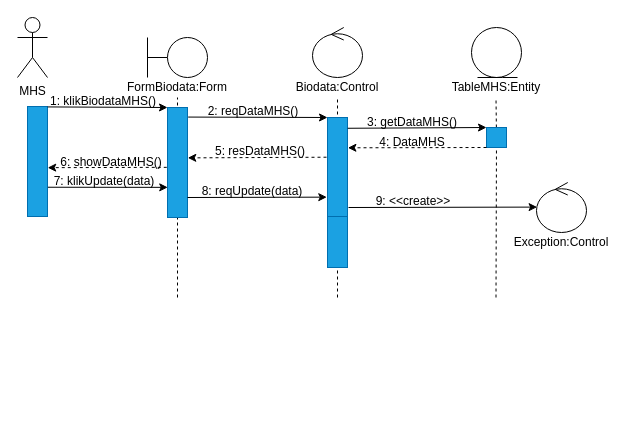
This is Biodata-Sequence diagram.drawio from yogadwipayana/ERD, a draw.io file, before an edit. Source tidied: cells renumbered, new cells numbered last; positions are measured from the earlier drawing's top-left corner, leaving out a move shared by most shapes. Both pictures are drawn from the tidied source at 100%, with x=0, y=0 at pixel (17, 17).
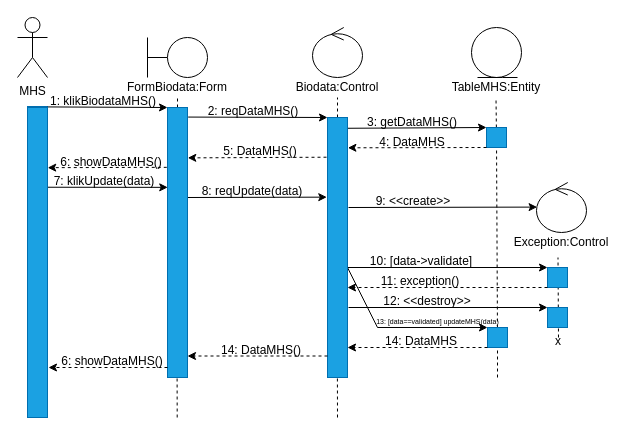
The same page after the edit.

The change refers to these unchanged cells:
```xml
<mxCell id="20" style="rounded=0;whiteSpace=wrap;html=1;direction=south;fillColor=#1ba1e2;fontColor=#ffffff;strokeColor=#006EAF;" parent="1" vertex="1">
  <mxGeometry x="469" y="110" width="20" height="20" as="geometry" />
</mxCell>
```

The edit, as a diff of the source:
```diff
@@
-    <mxCell id="7" style="endArrow=none;dashed=1;html=1;rounded=0;" parent="1" edge="1">
+    <mxCell id="7" style="endArrow=none;dashed=1;html=1;rounded=0;" parent="1" edge="1" source="60">
       <mxGeometry relative="1" as="geometry">
-        <mxPoint x="160" y="280" as="sourcePoint" />
         <mxPoint x="160" y="80" as="targetPoint" />
       </mxGeometry>
     </mxCell>
@@
-    <mxCell id="19" style="endArrow=none;dashed=1;html=1;rounded=0;" parent="1" edge="1" target="20">
-      <mxGeometry relative="1" as="geometry">
-        <mxPoint x="478.5" y="280" as="sourcePoint" />
-      </mxGeometry>
+    <mxCell id="19" style="endArrow=none;dashed=1;html=1;rounded=0;" parent="1" edge="1" source="54" target="20">
+      <mxGeometry relative="1" as="geometry" />
     </mxCell>
@@
-    <mxCell id="26" value="5: resDataMHS()" style="text;html=1;whiteSpace=wrap;strokeColor=none;fillColor=none;align=center;verticalAlign=middle;rounded=0;fontSize=12;" parent="1" vertex="1">
+    <mxCell id="26" value="5: DataMHS()" style="text;html=1;whiteSpace=wrap;strokeColor=none;fillColor=none;align=center;verticalAlign=middle;rounded=0;fontSize=12;" parent="1" vertex="1">
       <mxGeometry x="178" y="128" width="130" height="11" as="geometry" />
     </mxCell>
@@
     <mxCell id="39" style="rounded=0;whiteSpace=wrap;html=1;direction=south;fillColor=#1ba1e2;fontColor=#ffffff;strokeColor=#006EAF;" parent="1" vertex="1">
-      <mxGeometry x="310" y="199" width="20" height="51" as="geometry" />
+      <mxGeometry x="310" y="100" width="20" height="230" as="geometry" />
     </mxCell>
@@
+    <mxCell id="42" style="endArrow=none;dashed=1;html=1;rounded=0;" parent="1" edge="1">
+      <mxGeometry relative="1" as="geometry">
+        <mxPoint x="541" y="320" as="sourcePoint" />
+        <mxPoint x="540.5" y="240" as="targetPoint" />
+      </mxGeometry>
+    </mxCell>
+    <mxCell id="43" style="rounded=0;whiteSpace=wrap;html=1;direction=south;fillColor=#1ba1e2;fontColor=#ffffff;strokeColor=#006EAF;" parent="1" vertex="1">
+      <mxGeometry x="530" y="250" width="20" height="20" as="geometry" />
+    </mxCell>
+    <mxCell id="44" style="endArrow=classic;html=1;rounded=0;entryX=0;entryY=1;entryDx=0;entryDy=0;" parent="1" edge="1" target="43">
+      <mxGeometry relative="1" as="geometry">
+        <mxPoint x="330" y="250" as="sourcePoint" />
+      </mxGeometry>
+    </mxCell>
+    <mxCell id="45" value="10: [data-&amp;gt;validate]" style="text;html=1;whiteSpace=wrap;strokeColor=none;fillColor=none;align=center;verticalAlign=middle;rounded=0;fontSize=12;" parent="1" vertex="1">
+      <mxGeometry x="339" y="238" width="130" height="11" as="geometry" />
+    </mxCell>
+    <mxCell id="46" style="endArrow=classic;html=1;rounded=0;exitX=1;exitY=1;exitDx=0;exitDy=0;dashed=1;" parent="1" edge="1" source="43">
+      <mxGeometry relative="1" as="geometry">
+        <mxPoint x="330" y="270" as="targetPoint" />
+      </mxGeometry>
+    </mxCell>
+    <mxCell id="47" value="11: exception()" style="text;html=1;whiteSpace=wrap;strokeColor=none;fillColor=none;align=center;verticalAlign=middle;rounded=0;fontSize=12;" parent="1" vertex="1">
+      <mxGeometry x="338" y="258" width="130" height="11" as="geometry" />
+    </mxCell>
+    <mxCell id="48" style="endArrow=classic;html=1;rounded=0;exitX=0.678;exitY=-0.02;exitDx=0;exitDy=0;exitPerimeter=0;entryX=0;entryY=1;entryDx=0;entryDy=0;" parent="1" edge="1" target="49">
+      <mxGeometry relative="1" as="geometry">
+        <mxPoint x="331" y="290" as="sourcePoint" />
+      </mxGeometry>
+    </mxCell>
+    <mxCell id="49" style="rounded=0;whiteSpace=wrap;html=1;direction=south;fillColor=#1ba1e2;fontColor=#ffffff;strokeColor=#006EAF;" parent="1" vertex="1">
+      <mxGeometry x="530" y="290" width="20" height="20" as="geometry" />
+    </mxCell>
+    <mxCell id="50" value="12: &amp;lt;&amp;lt;destroy&amp;gt;&amp;gt;" style="text;html=1;whiteSpace=wrap;strokeColor=none;fillColor=none;align=center;verticalAlign=middle;rounded=0;fontSize=12;" parent="1" vertex="1">
+      <mxGeometry x="345" y="278" width="130" height="11" as="geometry" />
+    </mxCell>
+    <mxCell id="51" style="endArrow=classic;html=1;rounded=0;entryX=0;entryY=1;entryDx=0;entryDy=0;" parent="1" edge="1" target="54">
+      <mxGeometry relative="1" as="geometry">
+        <mxPoint x="330" y="250" as="sourcePoint" />
+        <Array as="points">
+          <mxPoint x="360" y="310" />
+        </Array>
+      </mxGeometry>
+    </mxCell>
+    <mxCell id="52" value="13: [data==validated] updateMHS(data)" style="text;html=1;whiteSpace=wrap;strokeColor=none;fillColor=none;align=center;verticalAlign=middle;rounded=0;fontSize=7;" parent="1" vertex="1">
+      <mxGeometry x="328" y="299" width="185" height="11" as="geometry" />
+    </mxCell>
+    <mxCell id="53" style="endArrow=none;dashed=1;html=1;rounded=0;" parent="1" edge="1" target="54">
+      <mxGeometry relative="1" as="geometry">
+        <mxPoint x="480" y="360" as="sourcePoint" />
+      </mxGeometry>
+    </mxCell>
+    <mxCell id="54" style="rounded=0;whiteSpace=wrap;html=1;direction=south;fillColor=#1ba1e2;fontColor=#ffffff;strokeColor=#006EAF;" parent="1" vertex="1">
+      <mxGeometry x="470" y="310" width="20" height="20" as="geometry" />
+    </mxCell>
+    <mxCell id="55" style="endArrow=classic;html=1;rounded=0;exitX=1;exitY=1;exitDx=0;exitDy=0;entryX=0.773;entryY=0;entryDx=0;entryDy=0;entryPerimeter=0;dashed=1;" parent="1" edge="1" source="54">
+      <mxGeometry relative="1" as="geometry">
+        <mxPoint x="330" y="330" as="targetPoint" />
+      </mxGeometry>
+    </mxCell>
+    <mxCell id="56" style="rounded=0;whiteSpace=wrap;html=1;direction=south;fillColor=#1ba1e2;fontColor=#ffffff;strokeColor=#006EAF;" parent="1" vertex="1">
+      <mxGeometry x="310" y="100" width="20" height="260" as="geometry" />
+    </mxCell>
+    <mxCell id="57" value="14: DataMHS" style="text;html=1;whiteSpace=wrap;strokeColor=none;fillColor=none;align=center;verticalAlign=middle;rounded=0;fontSize=12;" parent="1" vertex="1">
+      <mxGeometry x="339" y="319" width="130" height="10" as="geometry" />
+    </mxCell>
+    <mxCell id="58" value="x" style="text;html=1;whiteSpace=wrap;strokeColor=none;fillColor=none;align=center;verticalAlign=middle;rounded=0;" parent="1" vertex="1">
+      <mxGeometry x="511" y="309" width="60" height="30" as="geometry" />
+    </mxCell>
+    <mxCell id="59" style="endArrow=none;dashed=1;html=1;rounded=0;" parent="1" edge="1" target="60">
+      <mxGeometry relative="1" as="geometry">
+        <mxPoint x="160" y="280" as="sourcePoint" />
+      </mxGeometry>
+    </mxCell>
+    <mxCell id="60" style="rounded=0;whiteSpace=wrap;html=1;direction=south;fillColor=#1ba1e2;fontColor=#ffffff;strokeColor=#006EAF;" parent="1" vertex="1">
+      <mxGeometry x="150" y="90" width="20" height="270" as="geometry" />
+    </mxCell>
+    <mxCell id="61" style="endArrow=none;dashed=1;html=1;rounded=0;" parent="1" edge="1">
+      <mxGeometry relative="1" as="geometry">
+        <mxPoint x="320" y="400" as="sourcePoint" />
+        <mxPoint x="319.9" y="360" as="targetPoint" />
+      </mxGeometry>
+    </mxCell>
+    <mxCell id="62" style="endArrow=none;dashed=1;html=1;rounded=0;" parent="1" edge="1">
+      <mxGeometry relative="1" as="geometry">
+        <mxPoint x="159.7" y="400" as="sourcePoint" />
+        <mxPoint x="159.6" y="360" as="targetPoint" />
+      </mxGeometry>
+    </mxCell>
+    <mxCell id="63" style="rounded=0;whiteSpace=wrap;html=1;direction=south;fillColor=#1ba1e2;fontColor=#ffffff;strokeColor=#006EAF;" parent="1" vertex="1">
+      <mxGeometry x="10" y="90" width="20" height="310" as="geometry" />
+    </mxCell>
+    <mxCell id="64" style="endArrow=classic;html=1;rounded=0;exitX=1;exitY=1;exitDx=0;exitDy=0;entryX=0.773;entryY=0;entryDx=0;entryDy=0;entryPerimeter=0;dashed=1;" parent="1" edge="1">
+      <mxGeometry relative="1" as="geometry">
+        <mxPoint x="310" y="338.5" as="sourcePoint" />
+        <mxPoint x="170" y="338.5" as="targetPoint" />
+      </mxGeometry>
+    </mxCell>
+    <mxCell id="65" value="14: DataMHS()" style="text;html=1;whiteSpace=wrap;strokeColor=none;fillColor=none;align=center;verticalAlign=middle;rounded=0;fontSize=12;" parent="1" vertex="1">
+      <mxGeometry x="179" y="327.5" width="130" height="10" as="geometry" />
+    </mxCell>
+    <mxCell id="66" style="endArrow=classic;html=1;rounded=0;exitX=0.544;exitY=1.036;exitDx=0;exitDy=0;exitPerimeter=0;entryX=0.556;entryY=-0.011;entryDx=0;entryDy=0;entryPerimeter=0;dashed=1;" parent="1" edge="1">
+      <mxGeometry relative="1" as="geometry">
+        <mxPoint x="150" y="350" as="sourcePoint" />
+        <mxPoint x="31" y="350" as="targetPoint" />
+      </mxGeometry>
+    </mxCell>
+    <mxCell id="67" value="6: showDataMHS()" style="text;html=1;whiteSpace=wrap;strokeColor=none;fillColor=none;align=center;verticalAlign=middle;rounded=0;fontSize=12;" parent="1" vertex="1">
+      <mxGeometry x="30" y="338" width="130" height="11" as="geometry" />
+    </mxCell>
```
